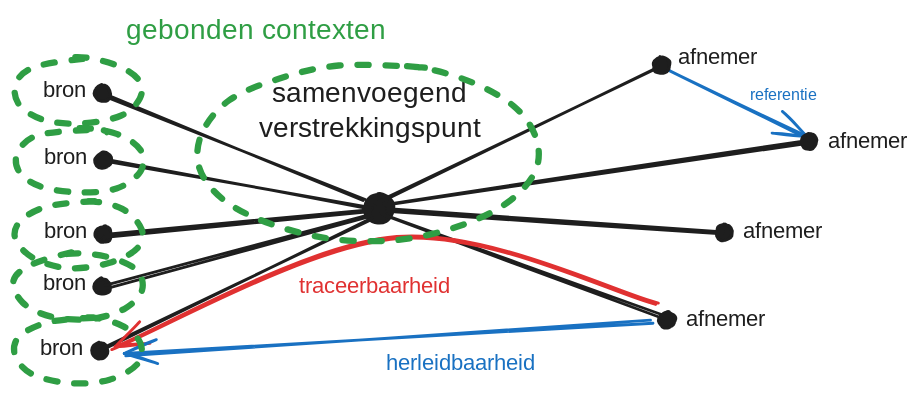
marcvanandel/fds-landelijke-voorziening keeps this Excalidraw diagram as doc/patroon-verstrekkingspunt-consolidatie-gelijkvormige-bronnen.excalidraw copy.svg. Above is the earlier version. Source tidied: one line per element, renumbered; positions are measured from the earlier drawing's top-left corner, leaving out a move shared by most shapes. Its diagram source:
```json
{"id": 0, "type": "arrow", "strokeColor": "#1971c2", "strokeWidth": 2, "roughness": 1, "endArrowhead": "arrow", "round": true, "from": 18, "to": 19, "x": 462, "y": 37, "width": 105, "height": 52, "points": [[0, 0], [105, 52]]}
{"id": 1, "type": "text", "text": "samenvoegend\nverstrekkingspunt", "strokeColor": "#1e1e1e", "backgroundColor": "#1e1e1e", "fillStyle": "solid", "strokeWidth": 2, "roughness": 1, "fontSize": 20, "fontFamily": 5, "textAlign": "center", "x": 168, "y": 45, "width": 172, "height": 50}
{"id": 2, "type": "text", "text": "bron", "strokeColor": "#1e1e1e", "backgroundColor": "#1e1e1e", "fillStyle": "solid", "strokeWidth": 2, "roughness": 1, "fontSize": 16, "fontFamily": 5, "textAlign": "center", "x": 19, "y": 45, "width": 33, "height": 20}
{"id": 3, "type": "text", "text": "bron", "strokeColor": "#1e1e1e", "backgroundColor": "#1e1e1e", "fillStyle": "solid", "strokeWidth": 2, "roughness": 1, "fontSize": 16, "fontFamily": 5, "textAlign": "center", "x": 20, "y": 93, "width": 33, "height": 20}
{"id": 4, "type": "text", "text": "bron", "strokeColor": "#1e1e1e", "backgroundColor": "#1e1e1e", "fillStyle": "solid", "strokeWidth": 2, "roughness": 1, "fontSize": 16, "fontFamily": 5, "textAlign": "center", "x": 20, "y": 146, "width": 33, "height": 20}
{"id": 5, "type": "text", "text": "afnemer", "strokeColor": "#1e1e1e", "backgroundColor": "#1e1e1e", "fillStyle": "solid", "strokeWidth": 2, "roughness": 1, "fontSize": 16, "fontFamily": 5, "textAlign": "center", "x": 473, "y": 21, "width": 60, "height": 20}
{"id": 6, "type": "text", "text": "afnemer", "strokeColor": "#1e1e1e", "backgroundColor": "#1e1e1e", "fillStyle": "solid", "strokeWidth": 2, "roughness": 1, "fontSize": 16, "fontFamily": 5, "textAlign": "center", "x": 579, "y": 81, "width": 60, "height": 20}
{"id": 7, "type": "text", "text": "referentie", "strokeColor": "#1971c2", "backgroundColor": "#1e1e1e", "fillStyle": "solid", "strokeWidth": 2, "roughness": 1, "fontSize": 11.09, "fontFamily": 5, "textAlign": "center", "x": 523, "y": 52, "width": 53, "height": 14}
{"id": 8, "type": "text", "text": "afnemer", "strokeColor": "#1e1e1e", "backgroundColor": "#1e1e1e", "fillStyle": "solid", "strokeWidth": 2, "roughness": 1, "fontSize": 16, "fontFamily": 5, "textAlign": "center", "x": 519, "y": 146, "width": 60, "height": 20}
{"id": 9, "type": "text", "text": "afnemer", "strokeColor": "#1e1e1e", "backgroundColor": "#1e1e1e", "fillStyle": "solid", "strokeWidth": 2, "roughness": 1, "fontSize": 16, "fontFamily": 5, "textAlign": "center", "x": 478, "y": 209, "width": 60, "height": 20}
{"id": 10, "type": "text", "text": "traceerbaarheid", "strokeColor": "#e03131", "backgroundColor": "#1e1e1e", "fillStyle": "solid", "strokeWidth": 2, "roughness": 1, "fontSize": 16, "fontFamily": 5, "textAlign": "center", "x": 197, "y": 185, "width": 121, "height": 20}
{"id": 11, "type": "text", "text": "herleidbaarheid", "strokeColor": "#1971c2", "backgroundColor": "#1e1e1e", "fillStyle": "solid", "strokeWidth": 2, "roughness": 1, "fontSize": 16, "fontFamily": 5, "textAlign": "center", "x": 261, "y": 240, "width": 115, "height": 20}
{"id": 12, "type": "text", "text": "bron", "strokeColor": "#1e1e1e", "backgroundColor": "#1e1e1e", "fillStyle": "solid", "strokeWidth": 2, "roughness": 1, "fontSize": 16, "fontFamily": 5, "textAlign": "center", "x": 19, "y": 183, "width": 33, "height": 20}
{"id": 13, "type": "text", "text": "bron", "strokeColor": "#1e1e1e", "backgroundColor": "#1e1e1e", "fillStyle": "solid", "strokeWidth": 2, "roughness": 1, "fontSize": 16, "fontFamily": 5, "textAlign": "center", "x": 17, "y": 229, "width": 33, "height": 20}
{"id": 14, "type": "ellipse", "strokeColor": "#1e1e1e", "backgroundColor": "#1e1e1e", "fillStyle": "solid", "strokeWidth": 2, "roughness": 1, "round": true, "x": 251, "y": 128, "width": 21, "height": 21}
{"id": 15, "type": "ellipse", "strokeColor": "#1e1e1e", "backgroundColor": "#1e1e1e", "fillStyle": "solid", "strokeWidth": 2, "roughness": 1, "round": true, "x": 58, "y": 51, "width": 11, "height": 11}
{"id": 16, "type": "ellipse", "strokeColor": "#1e1e1e", "backgroundColor": "#1e1e1e", "fillStyle": "solid", "strokeWidth": 2, "roughness": 1, "round": true, "x": 58, "y": 99, "width": 11, "height": 11}
{"id": 17, "type": "ellipse", "strokeColor": "#1e1e1e", "backgroundColor": "#1e1e1e", "fillStyle": "solid", "strokeWidth": 2, "roughness": 1, "round": true, "x": 58, "y": 152, "width": 11, "height": 11}
{"id": 18, "type": "ellipse", "strokeColor": "#1e1e1e", "backgroundColor": "#1e1e1e", "fillStyle": "solid", "strokeWidth": 2, "roughness": 1, "round": true, "x": 457, "y": 31, "width": 11, "height": 11}
{"id": 19, "type": "ellipse", "strokeColor": "#1e1e1e", "backgroundColor": "#1e1e1e", "fillStyle": "solid", "strokeWidth": 2, "roughness": 1, "round": true, "x": 562, "y": 86, "width": 11, "height": 11}
{"id": 20, "type": "ellipse", "strokeColor": "#1e1e1e", "backgroundColor": "#1e1e1e", "fillStyle": "solid", "strokeWidth": 2, "roughness": 1, "round": true, "x": 502, "y": 150, "width": 11, "height": 11}
{"id": 21, "type": "ellipse", "strokeColor": "#1e1e1e", "backgroundColor": "#1e1e1e", "fillStyle": "solid", "strokeWidth": 2, "roughness": 1, "round": true, "x": 461, "y": 213, "width": 11, "height": 11}
{"id": 22, "type": "ellipse", "strokeColor": "#1e1e1e", "backgroundColor": "#1e1e1e", "fillStyle": "solid", "strokeWidth": 2, "roughness": 1, "round": true, "x": 58, "y": 189, "width": 11, "height": 11}
{"id": 23, "type": "ellipse", "strokeColor": "#1e1e1e", "backgroundColor": "#1e1e1e", "fillStyle": "solid", "strokeWidth": 2, "roughness": 1, "round": true, "x": 56, "y": 235, "width": 11, "height": 11}
{"id": 24, "type": "arrow", "strokeColor": "#1e1e1e", "backgroundColor": "#1e1e1e", "fillStyle": "solid", "strokeWidth": 2, "roughness": 1, "round": true, "from": 14, "to": 15, "x": 250, "y": 133, "width": 181, "height": 73, "points": [[0, 0], [-181, -73]]}
{"id": 25, "type": "arrow", "strokeColor": "#1e1e1e", "strokeWidth": 2, "roughness": 1, "round": true, "from": 16, "to": 14, "x": 66, "y": 105, "width": 189, "height": 34, "points": [[0, 0], [189, 34]]}
{"id": 26, "type": "arrow", "strokeColor": "#1e1e1e", "strokeWidth": 2, "roughness": 1, "round": true, "from": 17, "to": 14, "x": 65, "y": 158, "width": 189, "height": 18, "points": [[0, 0], [189, -18]]}
{"id": 27, "type": "arrow", "strokeColor": "#1e1e1e", "strokeWidth": 2, "roughness": 1, "round": true, "from": 22, "to": 14, "x": 66, "y": 195, "width": 188, "height": 51, "points": [[0, 0], [188, -51]]}
{"id": 28, "type": "arrow", "strokeColor": "#1e1e1e", "strokeWidth": 2, "roughness": 1, "round": true, "from": 23, "to": 14, "x": 62, "y": 240, "width": 193, "height": 94, "points": [[0, 0], [193, -94]]}
{"id": 29, "type": "arrow", "strokeColor": "#1e1e1e", "strokeWidth": 2, "roughness": 1, "round": true, "from": 14, "to": 21, "x": 263, "y": 143, "width": 202, "height": 74, "points": [[0, 0], [202, 74]]}
{"id": 30, "type": "arrow", "strokeColor": "#1e1e1e", "strokeWidth": 2, "roughness": 1, "round": true, "from": 14, "to": 20, "x": 265, "y": 140, "width": 242, "height": 16, "points": [[0, 0], [242, 16]]}
{"id": 31, "type": "arrow", "strokeColor": "#1e1e1e", "strokeWidth": 2, "roughness": 1, "round": true, "from": 14, "to": 19, "x": 265, "y": 136, "width": 302, "height": 44, "points": [[0, 0], [302, -44]]}
{"id": 32, "type": "arrow", "strokeColor": "#1e1e1e", "strokeWidth": 2, "roughness": 1, "round": true, "from": 14, "to": 18, "x": 259, "y": 135, "width": 202, "height": 97, "points": [[0, 0], [202, -97]]}
{"id": 33, "type": "arrow", "strokeColor": "#e03131", "strokeWidth": 2, "roughness": 1, "endArrowhead": "arrow", "round": true, "from": 21, "to": 23, "x": 459, "y": 207, "width": 388, "height": 80, "points": [[0, 0], [-185, -48], [-388, 32]]}
{"id": 34, "type": "arrow", "strokeColor": "#1971c2", "strokeWidth": 2, "roughness": 1, "endArrowhead": "arrow", "round": true, "from": 21, "to": 23, "x": 455, "y": 219, "width": 375, "height": 24, "points": [[0, 0], [-375, 24]]}
{"id": 35, "type": "ellipse", "strokeColor": "#2f9e44", "strokeWidth": 4, "strokeStyle": "dashed", "roughness": 1, "round": true, "x": 0, "y": 32, "width": 92, "height": 47}
{"id": 36, "type": "ellipse", "strokeColor": "#2f9e44", "strokeWidth": 4, "strokeStyle": "dashed", "roughness": 1, "round": true, "x": 0, "y": 81, "width": 92, "height": 47}
{"id": 37, "type": "ellipse", "strokeColor": "#2f9e44", "strokeWidth": 4, "strokeStyle": "dashed", "roughness": 1, "round": true, "x": 0, "y": 134, "width": 92, "height": 47}
{"id": 38, "type": "ellipse", "strokeColor": "#2f9e44", "strokeWidth": 4, "strokeStyle": "dashed", "roughness": 1, "round": true, "x": 0, "y": 170, "width": 92, "height": 47}
{"id": 39, "type": "ellipse", "strokeColor": "#2f9e44", "strokeWidth": 4, "strokeStyle": "dashed", "roughness": 1, "round": true, "x": 0, "y": 216, "width": 92, "height": 47}
{"id": 40, "type": "ellipse", "strokeColor": "#2f9e44", "strokeWidth": 4, "strokeStyle": "dashed", "roughness": 1, "round": true, "x": 131, "y": 36, "width": 244, "height": 126}
{"id": 41, "type": "text", "text": "gebonden contexten", "strokeColor": "#2f9e44", "strokeWidth": 4, "strokeStyle": "dashed", "roughness": 1, "fontSize": 20, "fontFamily": 5, "textAlign": "center", "x": 75, "y": 0, "width": 195, "height": 25}
```
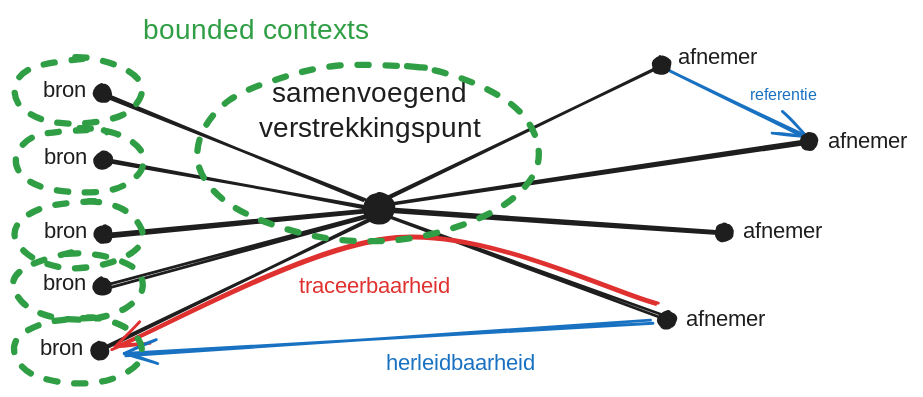
The same file after the commit.

Commit message:
bounded context + toelichting

Diff of the diagram source:
```diff
@@ -39,4 +39,4 @@
 {"id": 38, "type": "ellipse", "strokeColor": "#2f9e44", "strokeWidth": 4, "strokeStyle": "dashed", "roughness": 1, "round": true, "x": 0, "y": 170, "width": 92, "height": 47}
 {"id": 39, "type": "ellipse", "strokeColor": "#2f9e44", "strokeWidth": 4, "strokeStyle": "dashed", "roughness": 1, "round": true, "x": 0, "y": 216, "width": 92, "height": 47}
 {"id": 40, "type": "ellipse", "strokeColor": "#2f9e44", "strokeWidth": 4, "strokeStyle": "dashed", "roughness": 1, "round": true, "x": 131, "y": 36, "width": 244, "height": 126}
-{"id": 41, "type": "text", "text": "gebonden contexten", "strokeColor": "#2f9e44", "strokeWidth": 4, "strokeStyle": "dashed", "roughness": 1, "fontSize": 20, "fontFamily": 5, "textAlign": "center", "x": 75, "y": 0, "width": 195, "height": 25}
+{"id": 41, "type": "text", "text": "bounded contexts", "strokeColor": "#2f9e44", "strokeWidth": 4, "strokeStyle": "dashed", "roughness": 1, "fontSize": 20, "fontFamily": 5, "textAlign": "center", "x": 85, "y": 0, "width": 176, "height": 25}
```
